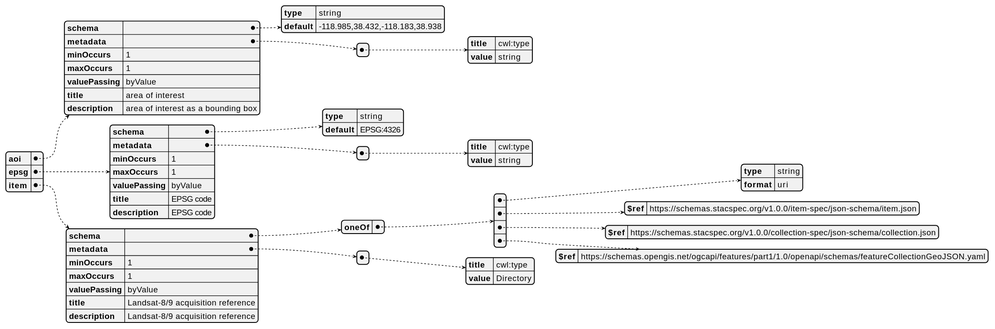
Earlier version of the PlantUML export docs/pattern-4/ogc_processes_inputs.svg (eoap/application-package-patterns). Source of this version:
```plantuml
@startjson
{
  "aoi": {
    "schema": {
      "type": "string",
      "default": "-118.985,38.432,-118.183,38.938"
    },
    "metadata": [
      {
        "title": "cwl:type",
        "value": "string"
      }
    ],
    "minOccurs": 1,
    "maxOccurs": 1,
    "valuePassing": "byValue",
    "title": "area of interest",
    "description": "area of interest as a bounding box"
  },
  "epsg": {
    "schema": {
      "type": "string",
      "default": "EPSG:4326"
    },
    "metadata": [
      {
        "title": "cwl:type",
        "value": "string"
      }
    ],
    "minOccurs": 1,
    "maxOccurs": 1,
    "valuePassing": "byValue",
    "title": "EPSG code",
    "description": "EPSG code"
  },
  "item": {
    "schema": {
      "oneOf": [
        {
          "type": "string",
          "format": "uri"
        },
        {
          "$ref": "https://schemas.stacspec.org/v1.0.0/item-spec/json-schema/item.json"
        },
        {
          "$ref": "https://schemas.stacspec.org/v1.0.0/collection-spec/json-schema/collection.json"
        },
        {
          "$ref": "https://schemas.opengis.net/ogcapi/features/part1/1.0/openapi/schemas/featureCollectionGeoJSON.yaml"
        }
      ]
    },
    "metadata": [
      {
        "title": "cwl:type",
        "value": "Directory"
      }
    ],
    "minOccurs": 1,
    "maxOccurs": 1,
    "valuePassing": "byValue",
    "title": "Landsat-8/9 acquisition reference",
    "description": "Landsat-8/9 acquisition reference"
  }
}
@endjson
```
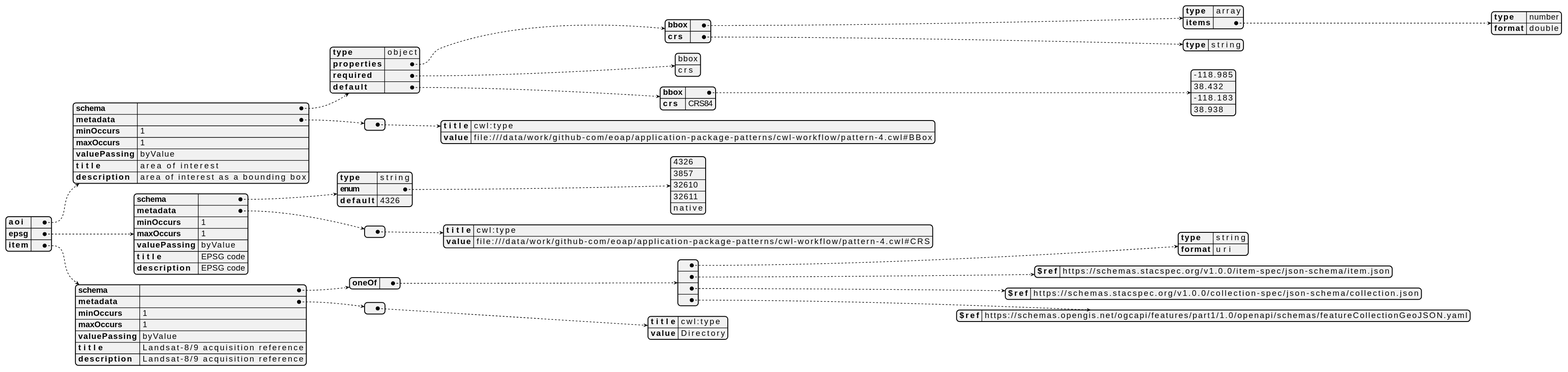
Later version of the same file.

Change to the diagram source:
```diff
@@ -2,13 +2,37 @@
 {
   "aoi": {
     "schema": {
-      "type": "string",
-      "default": "-118.985,38.432,-118.183,38.938"
+      "type": "object",
+      "properties": {
+        "bbox": {
+          "type": "array",
+          "items": {
+            "type": "number",
+            "format": "double"
+          }
+        },
+        "crs": {
+          "type": "string"
+        }
+      },
+      "required": [
+        "bbox",
+        "crs"
+      ],
+      "default": {
+        "bbox": [
+          -118.985,
+          38.432,
+          -118.183,
+          38.938
+        ],
+        "crs": "CRS84"
+      }
     },
     "metadata": [
       {
         "title": "cwl:type",
-        "value": "string"
+        "value": "file:///data/work/github-com/eoap/application-package-patterns/cwl-workflow/pattern-4.cwl#BBox"
       }
     ],
     "minOccurs": 1,
@@ -20,12 +44,19 @@
   "epsg": {
     "schema": {
       "type": "string",
-      "default": "EPSG:4326"
+      "enum": [
+        "4326",
+        "3857",
+        "32610",
+        "32611",
+        "native"
+      ],
+      "default": "4326"
     },
     "metadata": [
       {
         "title": "cwl:type",
-        "value": "string"
+        "value": "file:///data/work/github-com/eoap/application-package-patterns/cwl-workflow/pattern-4.cwl#CRS"
       }
     ],
     "minOccurs": 1,
```
